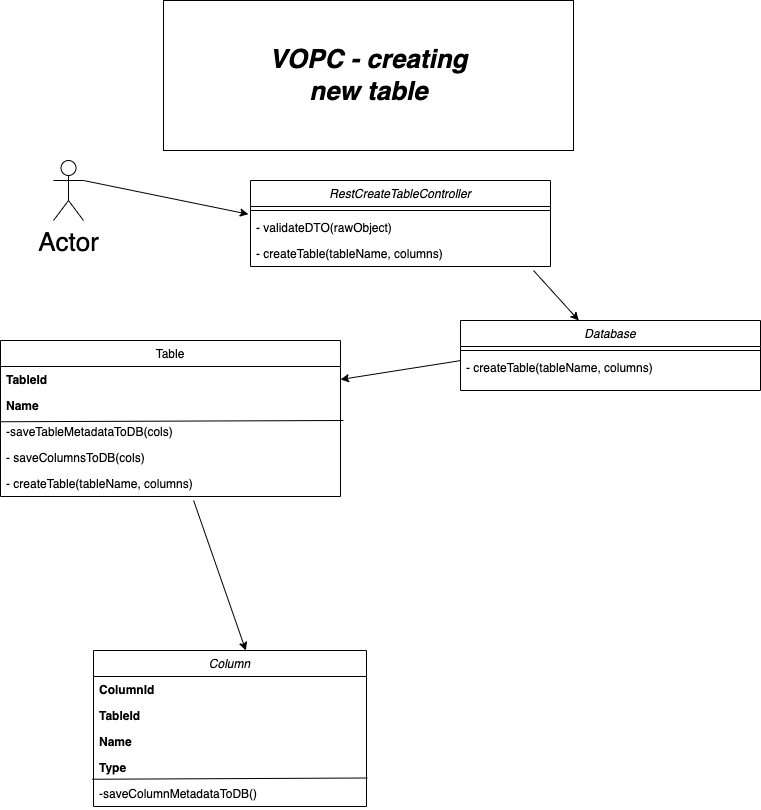
Above: img/Stage 1/VOPC_Class.png in krispycrem/IT (draw.io), before the change. Source tidied: cells renumbered, new cells last; positions are measured from the earlier drawing's top-left corner, leaving out a move shared by most shapes.
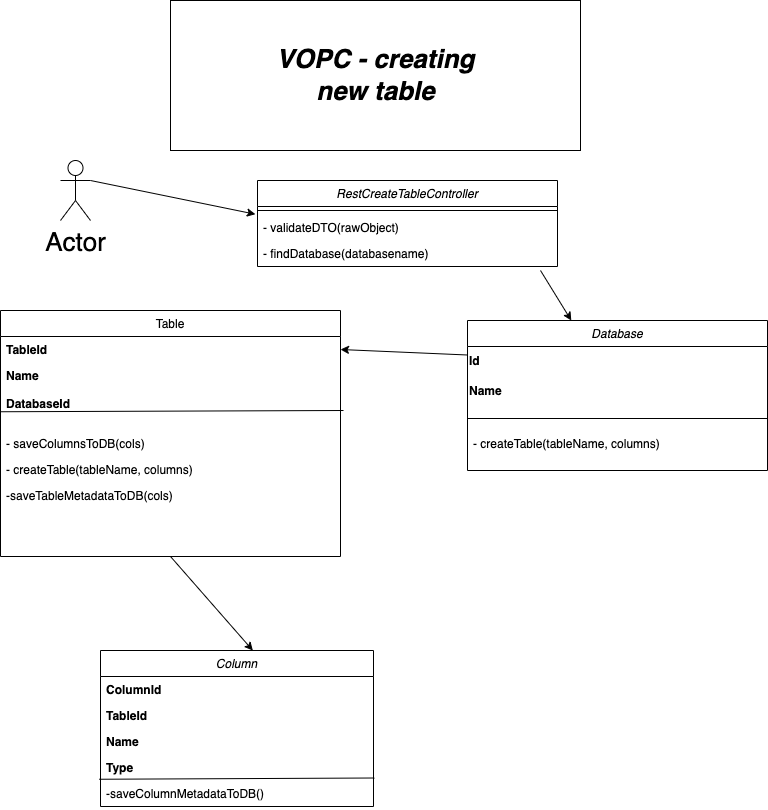
After the commit.

Diff of the diagram source:
```diff
@@ -24,37 +24,43 @@
       <mxGeometry relative="1" as="geometry" />
     </mxCell>
     <mxCell id="9" value="Table" style="swimlane;fontStyle=0;align=center;verticalAlign=top;horizontal=1;startSize=26;rounded=0;shadow=0;strokeWidth=1;" parent="1" vertex="1">
-      <mxGeometry y="340" width="340" height="156" as="geometry" />
+      <mxGeometry x="-7" y="310" width="340" height="246" as="geometry" />
     </mxCell>
     <mxCell id="10" value="TableId" style="text;align=left;verticalAlign=top;spacingLeft=4;spacingRight=4;overflow=hidden;points=[[0,0.5],[1,0.5]];portConstraint=eastwest;rounded=0;shadow=0;html=0;fontStyle=1;" parent="9" vertex="1">
       <mxGeometry y="26" width="340" height="26" as="geometry" />
     </mxCell>
-    <mxCell id="11" value="Name" style="text;align=left;verticalAlign=top;spacingLeft=4;spacingRight=4;overflow=hidden;fontStyle=1;" parent="9" vertex="1">
-      <mxGeometry y="52" width="340" height="26" as="geometry" />
+    <mxCell id="11" value="Name&#10;&#10;DatabaseId&#10;" style="text;align=left;verticalAlign=top;spacingLeft=4;spacingRight=4;overflow=hidden;fontStyle=1;" parent="9" vertex="1">
+      <mxGeometry y="52" width="340" height="68" as="geometry" />
     </mxCell>
     <mxCell id="12" style="endArrow=none;html=1;rounded=0;fontSize=26;exitX=-0.005;exitY=-0.048;exitDx=0;exitDy=0;exitPerimeter=0;" parent="9" edge="1">
       <mxGeometry relative="1" as="geometry">
-        <mxPoint y="81.3" as="sourcePoint" />
-        <mxPoint x="343" y="80" as="targetPoint" />
+        <mxPoint y="101.3" as="sourcePoint" />
+        <mxPoint x="343" y="100" as="targetPoint" />
       </mxGeometry>
     </mxCell>
-    <mxCell id="13" value="-saveTableMetadataToDB(cols)" style="text;align=left;verticalAlign=top;spacingLeft=4;spacingRight=4;overflow=hidden;fontStyle=0;" parent="9" vertex="1">
-      <mxGeometry y="78" width="340" height="26" as="geometry" />
-    </mxCell>
     <mxCell id="14" value="- saveColumnsToDB(cols)" style="text;align=left;verticalAlign=top;spacingLeft=4;spacingRight=4;overflow=hidden;fontStyle=0;" parent="9" vertex="1">
-      <mxGeometry y="104" width="340" height="26" as="geometry" />
+      <mxGeometry y="120" width="340" height="26" as="geometry" />
     </mxCell>
     <mxCell id="15" value="- createTable(tableName, columns)" style="text;align=left;verticalAlign=top;spacingLeft=4;spacingRight=4;overflow=hidden;points=[[0,0.5],[1,0.5]];portConstraint=eastwest;fontStyle=0;" parent="9" vertex="1">
-      <mxGeometry y="130" width="340" height="26" as="geometry" />
+      <mxGeometry y="146" width="340" height="26" as="geometry" />
     </mxCell>
+    <mxCell id="13" value="-saveTableMetadataToDB(cols)" style="text;align=left;verticalAlign=top;spacingLeft=4;spacingRight=4;overflow=hidden;fontStyle=0;" parent="9" vertex="1">
+      <mxGeometry y="172" width="340" height="26" as="geometry" />
+    </mxCell>
     <mxCell id="16" value="Database" style="swimlane;fontStyle=2;align=center;verticalAlign=top;horizontal=1;startSize=26;rounded=0;shadow=0;strokeWidth=1;" parent="1" vertex="1">
-      <mxGeometry x="460" y="320" width="300" height="70" as="geometry" />
+      <mxGeometry x="460" y="320" width="300" height="150" as="geometry" />
     </mxCell>
+    <mxCell id="29" value="&lt;b&gt;Id&lt;/b&gt;" style="text;html=1;align=left;verticalAlign=middle;points=[];strokeColor=none;fillColor=none;" parent="16" vertex="1">
+      <mxGeometry y="26" width="300" height="30" as="geometry" />
+    </mxCell>
+    <mxCell id="30" value="&lt;b&gt;Name&lt;/b&gt;" style="text;html=1;align=left;verticalAlign=middle;strokeColor=none;fillColor=none;" parent="16" vertex="1">
+      <mxGeometry y="56" width="300" height="30" as="geometry" />
+    </mxCell>
     <mxCell id="17" style="line;html=1;strokeWidth=1;align=left;verticalAlign=middle;spacingTop=-1;spacingLeft=3;spacingRight=3;labelPosition=right;" parent="16" vertex="1">
-      <mxGeometry y="26" width="300" height="8" as="geometry" />
+      <mxGeometry y="86" width="300" height="24" as="geometry" />
     </mxCell>
     <mxCell id="18" value="- createTable(tableName, columns)" style="text;align=left;verticalAlign=top;spacingLeft=4;spacingRight=4;overflow=hidden;points=[[0,0.5],[1,0.5]];portConstraint=eastwest;" parent="16" vertex="1">
-      <mxGeometry y="34" width="300" height="26" as="geometry" />
+      <mxGeometry y="110" width="300" height="26" as="geometry" />
     </mxCell>
     <mxCell id="19" value="RestCreateTableController" style="swimlane;fontStyle=2;align=center;verticalAlign=top;horizontal=1;startSize=26;rounded=0;shadow=0;strokeWidth=1;" parent="1" vertex="1">
       <mxGeometry x="250" y="180" width="300" height="86" as="geometry" />
@@ -65,7 +71,7 @@
     <mxCell id="21" value="- validateDTO(rawObject)" style="text;align=left;verticalAlign=top;spacingLeft=4;spacingRight=4;overflow=hidden;points=[[0,0.5],[1,0.5]];portConstraint=eastwest;" parent="19" vertex="1">
       <mxGeometry y="34" width="300" height="26" as="geometry" />
     </mxCell>
-    <mxCell id="22" value="- createTable(tableName, columns)" style="text;align=left;verticalAlign=top;spacingLeft=4;spacingRight=4;overflow=hidden;" parent="19" vertex="1">
+    <mxCell id="22" value="- findDatabase(databasename)" style="text;align=left;verticalAlign=top;spacingLeft=4;spacingRight=4;overflow=hidden;" parent="19" vertex="1">
       <mxGeometry y="60" width="300" height="26" as="geometry" />
     </mxCell>
     <mxCell id="23" value="&lt;i&gt;&lt;b&gt;&lt;font style=&quot;font-size: 26px;&quot;&gt;VOPC - creating&lt;br&gt;new table&lt;/font&gt;&lt;/b&gt;&lt;/i&gt;" style="html=1;" parent="1" vertex="1">
@@ -82,10 +88,10 @@
         <mxPoint x="533" y="270" as="sourcePoint" />
       </mxGeometry>
     </mxCell>
-    <mxCell id="27" style="endArrow=classic;html=1;rounded=0;fontSize=26;exitX=0.002;exitY=0.231;exitDx=0;exitDy=0;exitPerimeter=0;entryX=1;entryY=0.5;entryDx=0;entryDy=0;" parent="1" edge="1" source="18" target="10">
+    <mxCell id="27" style="endArrow=classic;html=1;rounded=0;fontSize=26;entryX=1;entryY=0.5;entryDx=0;entryDy=0;" parent="1" edge="1" source="29" target="10">
       <mxGeometry relative="1" as="geometry" />
     </mxCell>
-    <mxCell id="28" style="endArrow=classic;html=1;rounded=0;fontSize=26;exitX=0.568;exitY=1.154;exitDx=0;exitDy=0;entryX=0.558;entryY=0;entryDx=0;entryDy=0;entryPerimeter=0;exitPerimeter=0;" parent="1" edge="1" source="15" target="2">
+    <mxCell id="28" style="endArrow=classic;html=1;rounded=0;fontSize=26;exitX=0.5;exitY=1;exitDx=0;exitDy=0;entryX=0.558;entryY=0;entryDx=0;entryDy=0;entryPerimeter=0;" parent="1" edge="1" source="9" target="2">
       <mxGeometry relative="1" as="geometry" />
     </mxCell>
   </root>
```
